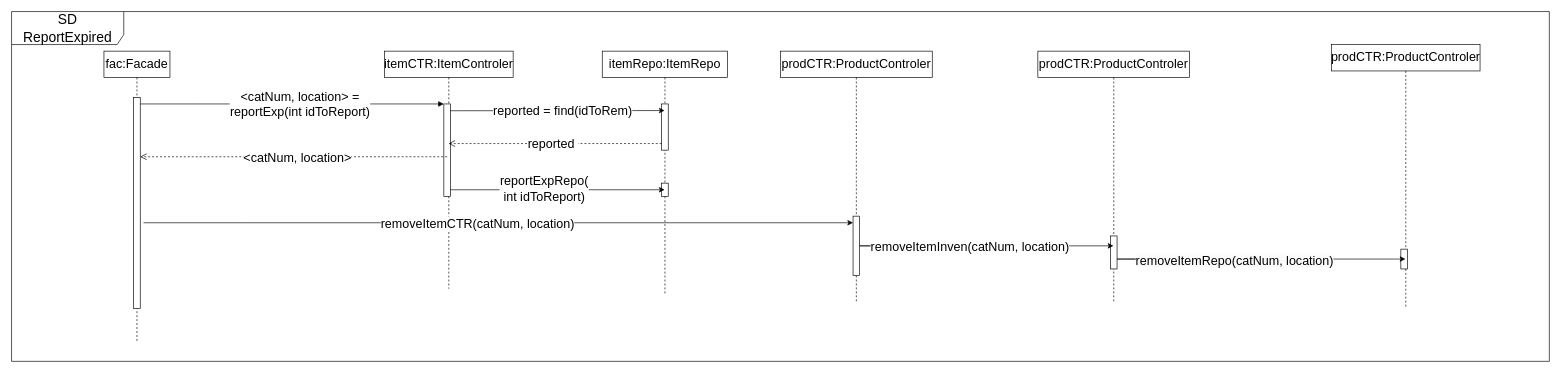
The draw.io diagram docs/ReportExpSeqDiagram.drawio in NatallieMirelashvili/ADSS_Group_E, before the edit. Source tidied: cells renumbered, new cells numbered last; positions are measured from the earlier drawing's top-left corner, leaving out a move shared by most shapes. Both pictures are drawn from the tidied source at 66%, with x=0, y=0 at pixel (11, 11).
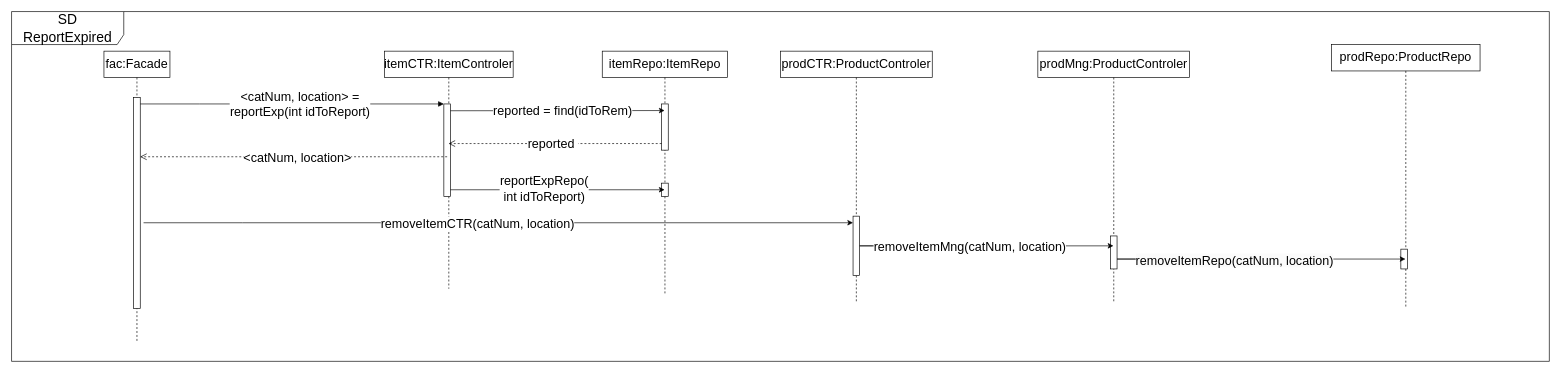
The same diagram, later.

The change refers to these unchanged cells:
```xml
<mxCell id="23" style="edgeStyle=elbowEdgeStyle;rounded=0;jettySize=auto;html=1;elbow=vertical;curved=0;fontSize=19;" parent="1" edge="1" target="21">
  <mxGeometry relative="1" as="geometry">
    <mxPoint x="1305" y="355" as="sourcePoint" />
    <Array as="points">
      <mxPoint x="1285" y="355" />
    </Array>
  </mxGeometry>
</mxCell>
```

What changed in the source:
```diff
@@
-    <mxCell id="21" value="prodCTR:ProductControler" style="shape=umlLifeline;perimeter=lifelinePerimeter;whiteSpace=wrap;html=1;outlineConnect=0;portConstraint=eastwest;newEdgeStyle={&quot;edgeStyle&quot;:&quot;elbowEdgeStyle&quot;,&quot;elbow&quot;:&quot;vertical&quot;,&quot;curved&quot;:0,&quot;rounded&quot;:0};fontSize=19;" parent="1" vertex="1">
+    <mxCell id="21" value="prodMng:ProductControler" style="shape=umlLifeline;perimeter=lifelinePerimeter;whiteSpace=wrap;html=1;outlineConnect=0;portConstraint=eastwest;newEdgeStyle={&quot;edgeStyle&quot;:&quot;elbowEdgeStyle&quot;,&quot;elbow&quot;:&quot;vertical&quot;,&quot;curved&quot;:0,&quot;rounded&quot;:0};fontSize=19;" parent="1" vertex="1">
       <mxGeometry x="1555" y="60" width="230" height="380" as="geometry" />
     </mxCell>
@@
-    <mxCell id="24" value="removeItemInven(catNum, location)" style="edgeLabel;html=1;align=center;verticalAlign=middle;fontSize=19;" parent="23" vertex="1">
+    <mxCell id="24" value="removeItemMng(catNum, location)" style="edgeLabel;html=1;align=center;verticalAlign=middle;fontSize=19;" parent="23" vertex="1">
       <mxGeometry x="-0.08" y="-1" relative="1" as="geometry" />
     </mxCell>
-    <mxCell id="25" value="prodCTR:ProductControler" style="shape=umlLifeline;perimeter=lifelinePerimeter;whiteSpace=wrap;html=1;outlineConnect=0;portConstraint=eastwest;newEdgeStyle={&quot;edgeStyle&quot;:&quot;elbowEdgeStyle&quot;,&quot;elbow&quot;:&quot;vertical&quot;,&quot;curved&quot;:0,&quot;rounded&quot;:0};fontSize=19;" parent="1" vertex="1">
+    <mxCell id="25" value="prodRepo:ProductRepo" style="shape=umlLifeline;perimeter=lifelinePerimeter;whiteSpace=wrap;html=1;outlineConnect=0;portConstraint=eastwest;newEdgeStyle={&quot;edgeStyle&quot;:&quot;elbowEdgeStyle&quot;,&quot;elbow&quot;:&quot;vertical&quot;,&quot;curved&quot;:0,&quot;rounded&quot;:0};fontSize=19;" parent="1" vertex="1">
       <mxGeometry x="2000" y="50" width="225" height="400" as="geometry" />
     </mxCell>
```
